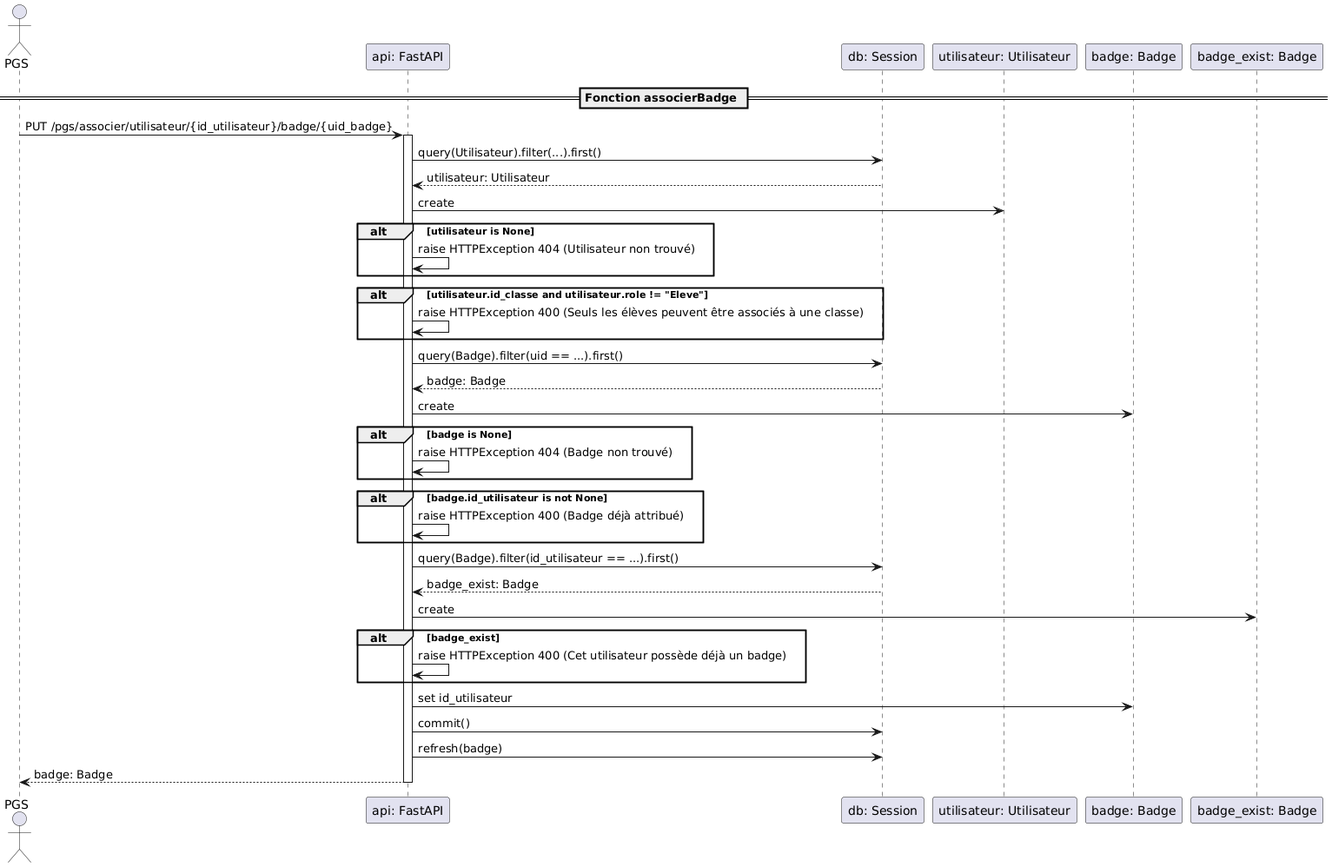
RobinMartineau/Acc-s-campus- keeps this PlantUML diagram as BDD/Diagrammes/Séquence/PGS/associerBadge.png. Above is the earlier version. The source it was exported from:
```plantuml
@startuml
actor "PGS"
participant "api: FastAPI"
participant "db: Session"
participant "utilisateur: Utilisateur"
participant "badge: Badge"

== Fonction associerBadge ==
"PGS" -> "api: FastAPI" : PUT /pgs/associer/utilisateur/{id_utilisateur}/badge/{uid_badge}
activate "api: FastAPI"
"api: FastAPI" -> "db: Session" : query(Utilisateur).filter(...).first()
"db: Session" --> "api: FastAPI" : utilisateur: Utilisateur
"api: FastAPI" -> "utilisateur: Utilisateur" : create
alt utilisateur is None
    "api: FastAPI" -> "api: FastAPI" : raise HTTPException 404 (Utilisateur non trouvé)
end

alt utilisateur.id_classe and utilisateur.role != "Eleve"
    "api: FastAPI" -> "api: FastAPI" : raise HTTPException 400 (Seuls les élèves peuvent être associés à une classe)
end

"api: FastAPI" -> "db: Session" : query(Badge).filter(uid == ...).first()
"db: Session" --> "api: FastAPI" : badge: Badge
"api: FastAPI" -> "badge: Badge" : create
alt badge is None
    "api: FastAPI" -> "api: FastAPI" : raise HTTPException 404 (Badge non trouvé)
end

alt badge.id_utilisateur is not None
    "api: FastAPI" -> "api: FastAPI" : raise HTTPException 400 (Badge déjà attribué)
end

"api: FastAPI" -> "db: Session" : query(Badge).filter(id_utilisateur == ...).first()
"db: Session" --> "api: FastAPI" : badge_exist: Badge
"api: FastAPI" -> "badge_exist: Badge" : create
alt badge_exist
    "api: FastAPI" -> "api: FastAPI" : raise HTTPException 400 (Cet utilisateur possède déjà un badge)
end

"api: FastAPI" -> "badge: Badge" : set id_utilisateur
"api: FastAPI" -> "db: Session" : commit()
"api: FastAPI" -> "db: Session" : refresh(badge)
return badge: Badge
deactivate "api: FastAPI"
@enduml
```
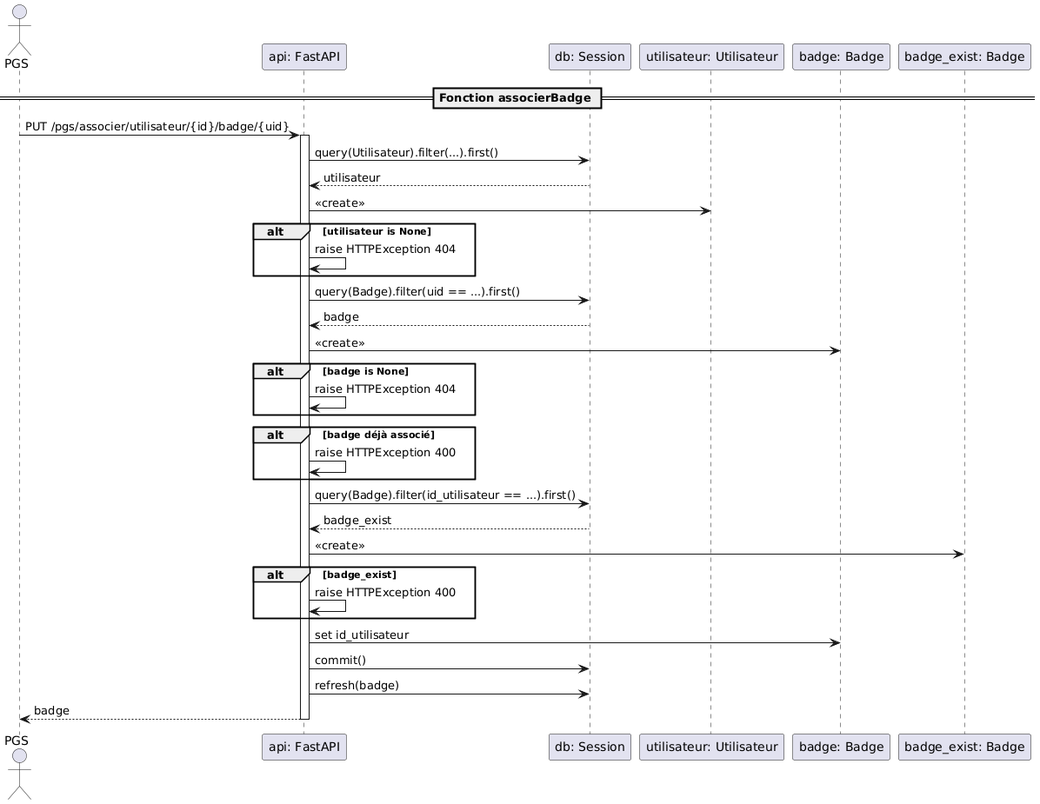
Above is the later version.

Diff of the diagram source:
```diff
@@ -1,45 +1,46 @@
 @startuml
-actor "PGS"
+actor PGS
 participant "api: FastAPI"
 participant "db: Session"
 participant "utilisateur: Utilisateur"
 participant "badge: Badge"
 
 == Fonction associerBadge ==
-"PGS" -> "api: FastAPI" : PUT /pgs/associer/utilisateur/{id_utilisateur}/badge/{uid_badge}
+PGS -> "api: FastAPI" : PUT /pgs/associer/utilisateur/{id}/badge/{uid}
 activate "api: FastAPI"
+
 "api: FastAPI" -> "db: Session" : query(Utilisateur).filter(...).first()
-"db: Session" --> "api: FastAPI" : utilisateur: Utilisateur
-"api: FastAPI" -> "utilisateur: Utilisateur" : create
+"db: Session" --> "api: FastAPI" : utilisateur
+"api: FastAPI" -> "utilisateur: Utilisateur" : <<create>>
+
 alt utilisateur is None
-    "api: FastAPI" -> "api: FastAPI" : raise HTTPException 404 (Utilisateur non trouvé)
-end
-
-alt utilisateur.id_classe and utilisateur.role != "Eleve"
-    "api: FastAPI" -> "api: FastAPI" : raise HTTPException 400 (Seuls les élèves peuvent être associés à une classe)
+    "api: FastAPI" -> "api: FastAPI" : raise HTTPException 404
 end
 
 "api: FastAPI" -> "db: Session" : query(Badge).filter(uid == ...).first()
-"db: Session" --> "api: FastAPI" : badge: Badge
-"api: FastAPI" -> "badge: Badge" : create
+"db: Session" --> "api: FastAPI" : badge
+"api: FastAPI" -> "badge: Badge" : <<create>>
+
 alt badge is None
-    "api: FastAPI" -> "api: FastAPI" : raise HTTPException 404 (Badge non trouvé)
+    "api: FastAPI" -> "api: FastAPI" : raise HTTPException 404
 end
 
-alt badge.id_utilisateur is not None
-    "api: FastAPI" -> "api: FastAPI" : raise HTTPException 400 (Badge déjà attribué)
+alt badge déjà associé
+    "api: FastAPI" -> "api: FastAPI" : raise HTTPException 400
 end
 
 "api: FastAPI" -> "db: Session" : query(Badge).filter(id_utilisateur == ...).first()
-"db: Session" --> "api: FastAPI" : badge_exist: Badge
-"api: FastAPI" -> "badge_exist: Badge" : create
+"db: Session" --> "api: FastAPI" : badge_exist
+"api: FastAPI" -> "badge_exist: Badge" : <<create>>
+
 alt badge_exist
-    "api: FastAPI" -> "api: FastAPI" : raise HTTPException 400 (Cet utilisateur possède déjà un badge)
+    "api: FastAPI" -> "api: FastAPI" : raise HTTPException 400
 end
 
 "api: FastAPI" -> "badge: Badge" : set id_utilisateur
 "api: FastAPI" -> "db: Session" : commit()
 "api: FastAPI" -> "db: Session" : refresh(badge)
-return badge: Badge
+
+"api: FastAPI" --> PGS : badge
 deactivate "api: FastAPI"
 @enduml
```
